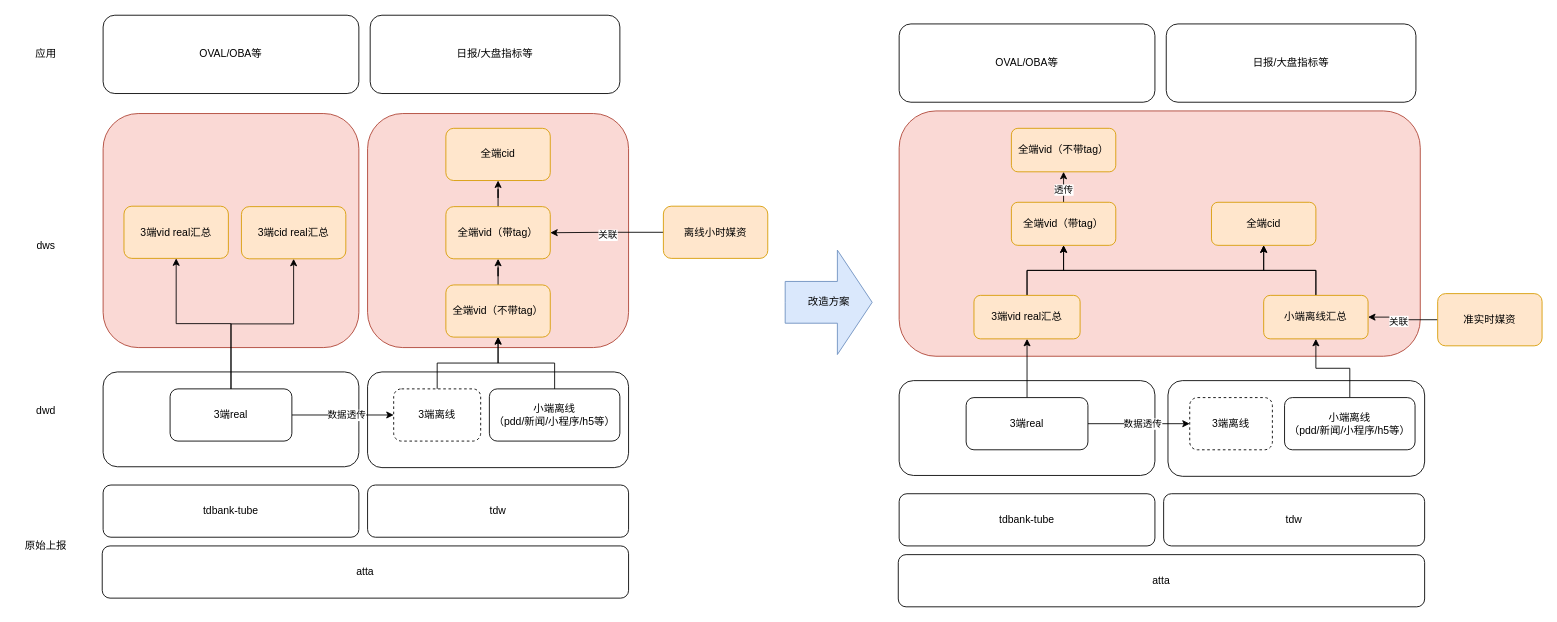
This is 播放全端dws数据统一.drawio from Arthur-Lanc/drawio, a draw.io file, before an edit. Source tidied: cells renumbered, new cells numbered last; positions are measured from the earlier drawing's top-left corner, leaving out a move shared by most shapes. Both pictures are drawn from the tidied source at 87%, with x=0, y=0 at pixel (15, 15).
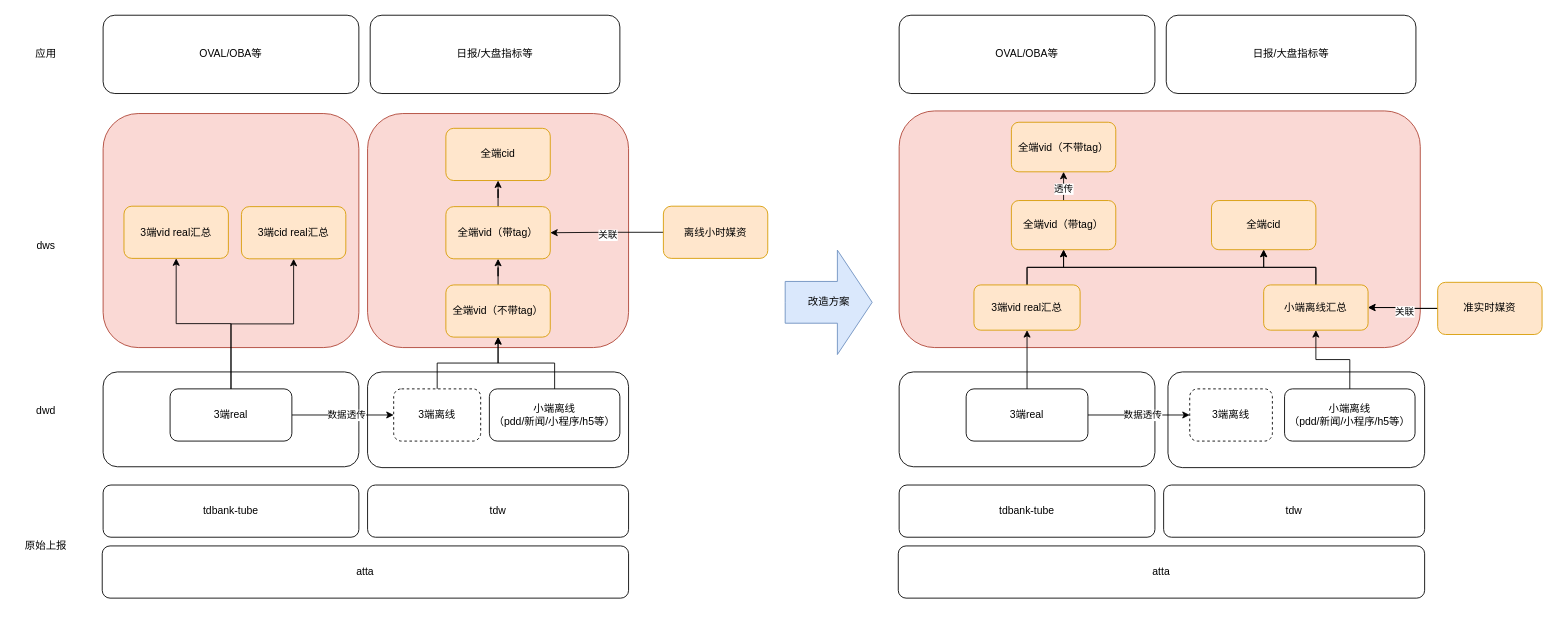
The same page after the edit.

Commit message (it also covers changes not shown here):
更新播放全端dws数据统一.drawio

The change refers to these unchanged cells:
```xml
<mxCell id="53" style="edgeStyle=orthogonalEdgeStyle;rounded=0;jettySize=auto;html=1;exitX=0;exitY=0.5;exitDx=0;exitDy=0;entryX=1;entryY=0.5;entryDx=0;entryDy=0;" parent="1" edge="1" source="55" target="63">
  <mxGeometry relative="1" as="geometry" />
</mxCell>
```

Change to the diagram source:
```diff
@@
     <mxCell id="35" style="rounded=1;whiteSpace=wrap;html=1;" parent="1" vertex="1">
-      <mxGeometry x="1016" y="420" width="294" height="109" as="geometry" />
+      <mxGeometry x="1016" y="410" width="294" height="109" as="geometry" />
     </mxCell>
     <mxCell id="36" style="rounded=1;whiteSpace=wrap;html=1;" parent="1" vertex="1">
-      <mxGeometry x="1325" y="420" width="295" height="110" as="geometry" />
+      <mxGeometry x="1325" y="410" width="295" height="110" as="geometry" />
     </mxCell>
     <mxCell id="37" style="rounded=1;whiteSpace=wrap;html=1;fillColor=#fad9d5;strokeColor=#ae4132;" parent="1" vertex="1">
-      <mxGeometry x="1016" y="110" width="599" height="282" as="geometry" />
+      <mxGeometry x="1016" y="110" width="599" height="272" as="geometry" />
     </mxCell>
     <mxCell id="38" value="atta" style="rounded=1;whiteSpace=wrap;html=1;" parent="1" vertex="1">
-      <mxGeometry x="1015" y="620" width="605" height="60" as="geometry" />
+      <mxGeometry x="1015" y="610" width="605" height="60" as="geometry" />
     </mxCell>
     <mxCell id="39" value="tdbank-tube" style="rounded=1;whiteSpace=wrap;html=1;" parent="1" vertex="1">
-      <mxGeometry x="1016" y="550" width="294" height="60" as="geometry" />
+      <mxGeometry x="1016" y="540" width="294" height="60" as="geometry" />
     </mxCell>
     <mxCell id="40" value="tdw" style="rounded=1;whiteSpace=wrap;html=1;" parent="1" vertex="1">
-      <mxGeometry x="1320" y="550" width="300" height="60" as="geometry" />
+      <mxGeometry x="1320" y="540" width="300" height="60" as="geometry" />
     </mxCell>
@@
     <mxCell id="44" value="3端real" style="rounded=1;whiteSpace=wrap;html=1;" parent="1" vertex="1">
-      <mxGeometry x="1093" y="439.5" width="140" height="60" as="geometry" />
+      <mxGeometry x="1093" y="429.5" width="140" height="60" as="geometry" />
     </mxCell>
@@
     <mxCell id="47" value="3端vid real汇总" style="rounded=1;whiteSpace=wrap;html=1;fillColor=#ffe6cc;strokeColor=#d79b00;" parent="1" vertex="1">
-      <mxGeometry x="1102" y="322" width="122" height="50" as="geometry" />
+      <mxGeometry x="1102" y="310" width="122" height="52" as="geometry" />
     </mxCell>
     <mxCell id="48" value="全端vid（不带tag）" style="rounded=1;whiteSpace=wrap;html=1;fillColor=#ffe6cc;strokeColor=#d79b00;" parent="1" vertex="1">
-      <mxGeometry x="1145" y="130" width="120" height="50" as="geometry" />
+      <mxGeometry x="1145" y="123" width="120" height="57" as="geometry" />
     </mxCell>
@@
     <mxCell id="51" value="全端vid（带tag）" style="rounded=1;whiteSpace=wrap;html=1;fillColor=#ffe6cc;strokeColor=#d79b00;" parent="1" vertex="1">
-      <mxGeometry x="1145" y="215" width="120" height="49.5" as="geometry" />
+      <mxGeometry x="1145" y="213" width="120" height="56.5" as="geometry" />
     </mxCell>
     <mxCell id="52" value="全端cid" style="rounded=1;whiteSpace=wrap;html=1;fillColor=#ffe6cc;strokeColor=#d79b00;" parent="1" vertex="1">
-      <mxGeometry x="1375" y="215" width="120" height="49.5" as="geometry" />
+      <mxGeometry x="1375" y="213" width="120" height="56.5" as="geometry" />
     </mxCell>
@@
+    <mxCell id="64" style="edgeStyle=orthogonalEdgeStyle;rounded=0;jettySize=auto;html=1;" parent="1" edge="1" source="55" target="63">
+      <mxGeometry relative="1" as="geometry" />
+    </mxCell>
-    <mxCell id="54" value="关联" style="edgeLabel;html=1;align=center;verticalAlign=middle;" parent="53" vertex="1">
-      <mxGeometry y="3" relative="1" as="geometry">
-        <mxPoint x="-3" y="3" as="offset" />
-      </mxGeometry>
+    <mxCell id="54" value="关联" style="edgeLabel;html=1;align=center;verticalAlign=middle;" parent="64" vertex="1">
+      <mxGeometry x="-0.03" y="3" relative="1" as="geometry" />
     </mxCell>
     <mxCell id="55" value="准实时媒资" style="rounded=1;whiteSpace=wrap;html=1;fillColor=#ffe6cc;strokeColor=#d79b00;" parent="1" vertex="1">
-      <mxGeometry x="1635" y="320" width="120" height="60" as="geometry" />
+      <mxGeometry x="1635" y="307" width="120" height="60" as="geometry" />
     </mxCell>
     <mxCell id="56" value="OVAL/OBA等" style="rounded=1;whiteSpace=wrap;html=1;" parent="1" vertex="1">
-      <mxGeometry x="1016" y="10" width="294" height="90" as="geometry" />
+      <mxGeometry x="1016" width="294" height="90" as="geometry" />
     </mxCell>
     <mxCell id="57" value="日报/大盘指标等" style="rounded=1;whiteSpace=wrap;html=1;" parent="1" vertex="1">
-      <mxGeometry x="1323" y="10" width="287" height="90" as="geometry" />
+      <mxGeometry x="1323" width="287" height="90" as="geometry" />
     </mxCell>
@@
     <mxCell id="59" value="小端离线&lt;br&gt;（pdd/新闻/小程序/h5等）" style="rounded=1;whiteSpace=wrap;html=1;" parent="1" vertex="1">
-      <mxGeometry x="1459" y="439.5" width="150" height="60" as="geometry" />
+      <mxGeometry x="1459" y="429.5" width="150" height="60" as="geometry" />
     </mxCell>
     <mxCell id="60" value="3端离线" style="rounded=1;whiteSpace=wrap;html=1;gradientColor=none;dashed=1;" parent="1" vertex="1">
-      <mxGeometry x="1350" y="439.5" width="95" height="60" as="geometry" />
+      <mxGeometry x="1350" y="429.5" width="95" height="60" as="geometry" />
     </mxCell>
@@
     <mxCell id="63" value="小端离线汇总" style="rounded=1;whiteSpace=wrap;html=1;fillColor=#ffe6cc;strokeColor=#d79b00;" parent="1" vertex="1">
-      <mxGeometry x="1435" y="322" width="120" height="50" as="geometry" />
+      <mxGeometry x="1435" y="310" width="120" height="52" as="geometry" />
     </mxCell>
```
